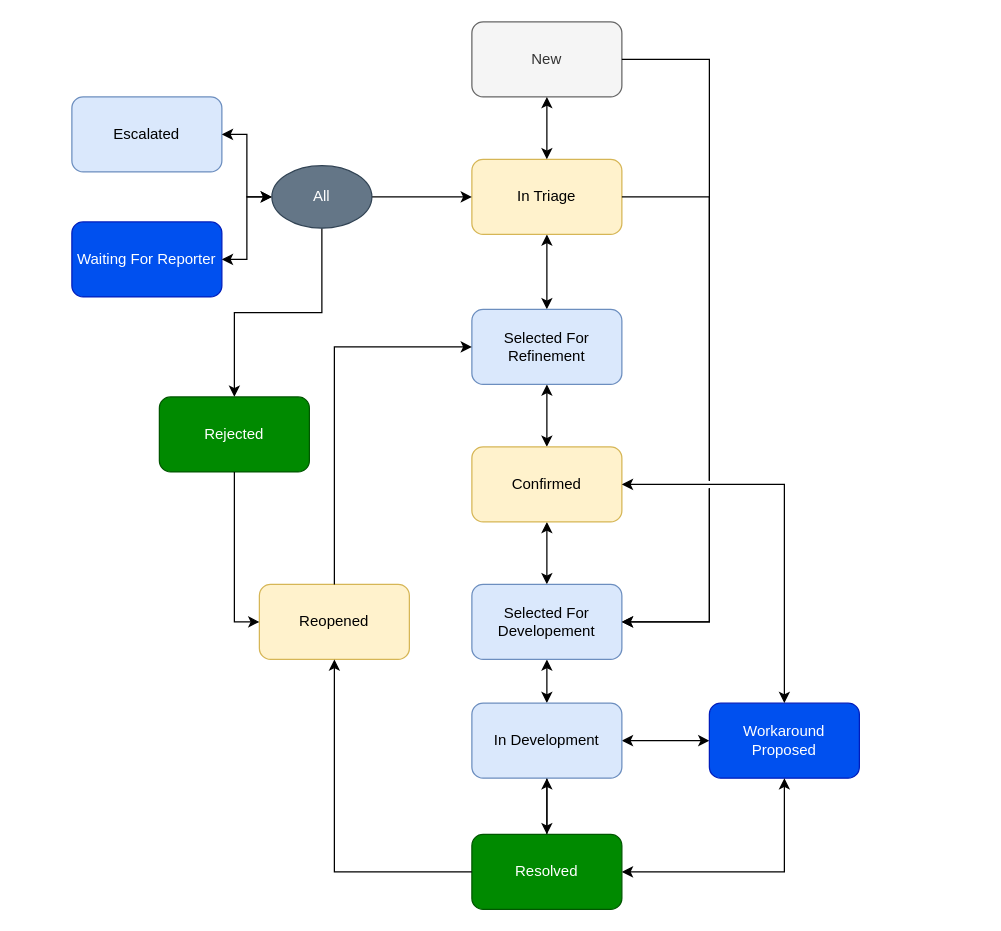
The draw.io diagram Workflows/JIRA/JIRA-Bug-Flow.drawio in MKlimuszka/project-management, before the edit. Source tidied: cells renumbered, new cells numbered last; positions are measured from the earlier drawing's top-left corner, leaving out a move shared by most shapes. Both pictures are drawn from the tidied source at 125%, with x=0, y=0 at pixel (71, 21).
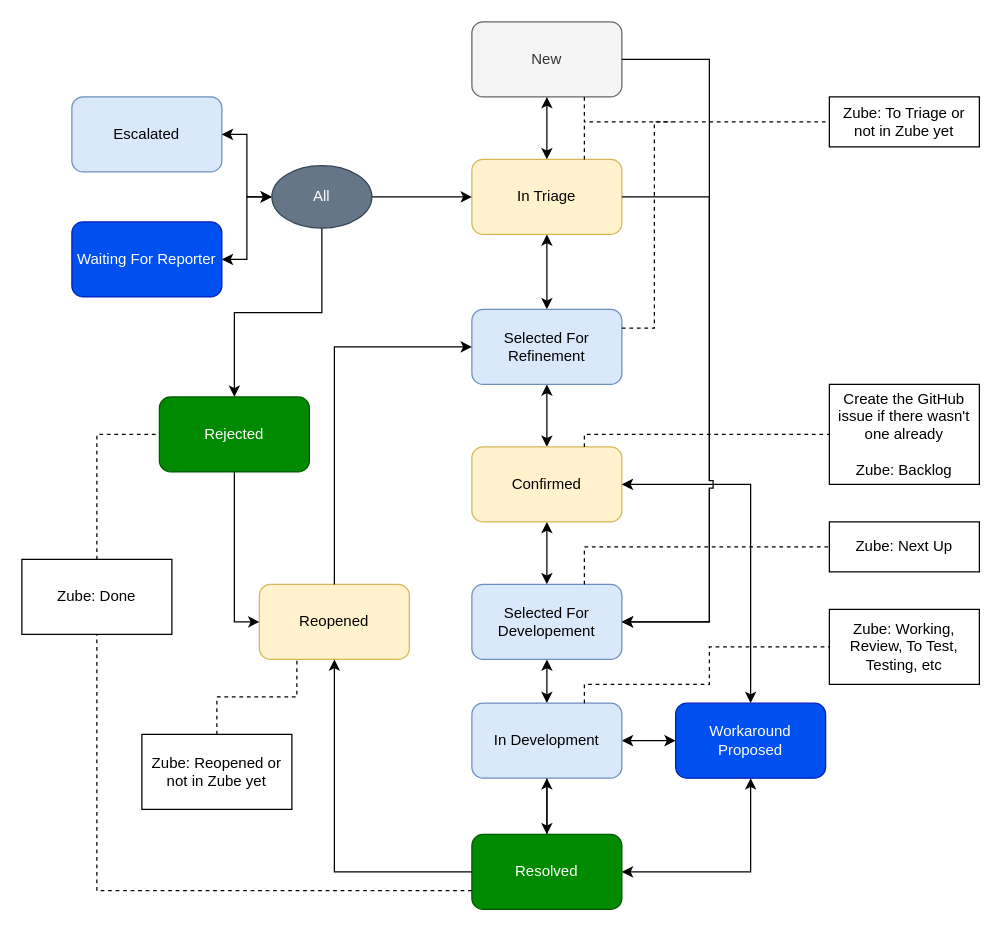
Above is the later version.

Commit message:
Added Zube states

The change refers to these unchanged cells:
```xml
<mxCell id="2" value="New" style="rounded=1;whiteSpace=wrap;html=1;fillColor=#f5f5f5;fontColor=#333333;strokeColor=#666666;" parent="1" vertex="1">
  <mxGeometry x="320" width="120" height="60" as="geometry" />
</mxCell>
<mxCell id="5" value="In Triage" style="rounded=1;whiteSpace=wrap;html=1;fillColor=#fff2cc;strokeColor=#d6b656;" parent="1" vertex="1">
  <mxGeometry x="320" y="110" width="120" height="60" as="geometry" />
</mxCell>
<mxCell id="7" value="&lt;div&gt;Selected For Refinement&lt;/div&gt;" style="rounded=1;whiteSpace=wrap;html=1;fillColor=#dae8fc;strokeColor=#6c8ebf;" parent="1" vertex="1">
  <mxGeometry x="320" y="230" width="120" height="60" as="geometry" />
</mxCell>
<mxCell id="9" value="&lt;div&gt;Confirmed&lt;/div&gt;" style="rounded=1;whiteSpace=wrap;html=1;fillColor=#fff2cc;strokeColor=#d6b656;" parent="1" vertex="1">
  <mxGeometry x="320" y="340" width="120" height="60" as="geometry" />
</mxCell>
<mxCell id="11" value="Selected For Developement" style="rounded=1;whiteSpace=wrap;html=1;fillColor=#dae8fc;strokeColor=#6c8ebf;" parent="1" vertex="1">
  <mxGeometry x="320" y="450" width="120" height="60" as="geometry" />
</mxCell>
<mxCell id="14" value="In Development" style="rounded=1;whiteSpace=wrap;html=1;fillColor=#dae8fc;strokeColor=#6c8ebf;" parent="1" vertex="1">
  <mxGeometry x="320" y="545" width="120" height="60" as="geometry" />
</mxCell>
<mxCell id="17" value="Resolved" style="rounded=1;whiteSpace=wrap;html=1;fillColor=#008a00;fontColor=#ffffff;strokeColor=#005700;" parent="1" vertex="1">
  <mxGeometry x="320" y="650" width="120" height="60" as="geometry" />
</mxCell>
<mxCell id="18" value="Rejected" style="rounded=1;whiteSpace=wrap;html=1;fillColor=#008a00;strokeColor=#005700;fontColor=#ffffff;" parent="1" vertex="1">
  <mxGeometry x="70" y="300" width="120" height="60" as="geometry" />
</mxCell>
<mxCell id="26" value="Reopened" style="rounded=1;whiteSpace=wrap;html=1;fillColor=#fff2cc;strokeColor=#d6b656;" parent="1" vertex="1">
  <mxGeometry x="150" y="450" width="120" height="60" as="geometry" />
</mxCell>
```

Diff of the diagram source:
```diff
@@
     <mxCell id="15" value="Workaround Proposed" style="rounded=1;whiteSpace=wrap;html=1;fillColor=#0050ef;fontColor=#ffffff;strokeColor=#001DBC;" parent="1" vertex="1">
-      <mxGeometry x="510" y="545" width="120" height="60" as="geometry" />
+      <mxGeometry x="483" y="545" width="120" height="60" as="geometry" />
     </mxCell>
@@
-    <mxCell id="33" style="endArrow=classic;html=1;rounded=0;exitX=1;exitY=0.5;exitDx=0;exitDy=0;entryX=1;entryY=0.5;entryDx=0;entryDy=0;edgeStyle=elbowEdgeStyle;jumpStyle=gap;" parent="1" edge="1" source="5" target="11">
+    <mxCell id="33" style="endArrow=classic;html=1;rounded=0;exitX=1;exitY=0.5;exitDx=0;exitDy=0;entryX=1;entryY=0.5;entryDx=0;entryDy=0;edgeStyle=elbowEdgeStyle;jumpStyle=sharp;" parent="1" edge="1" source="5" target="11">
       <mxGeometry relative="1" as="geometry">
         <Array as="points">
           <mxPoint x="510" y="230" />
           <mxPoint x="510" y="310" />
         </Array>
       </mxGeometry>
     </mxCell>
+    <mxCell id="34" value="&lt;div&gt;Create the GitHub issue if there wasn't one already&lt;/div&gt;&lt;div&gt;&lt;br&gt;&lt;/div&gt;&lt;div&gt;Zube: Backlog&lt;br&gt;&lt;/div&gt;" style="rounded=0;whiteSpace=wrap;html=1;" parent="1" vertex="1">
+      <mxGeometry x="606" y="290" width="120" height="80" as="geometry" />
+    </mxCell>
+    <mxCell id="35" style="endArrow=none;dashed=1;html=1;rounded=0;entryX=0;entryY=0.5;entryDx=0;entryDy=0;exitX=0.75;exitY=0;exitDx=0;exitDy=0;edgeStyle=orthogonalEdgeStyle;" parent="1" edge="1" source="9" target="34">
+      <mxGeometry relative="1" as="geometry">
+        <Array as="points">
+          <mxPoint x="410" y="330" />
+        </Array>
+      </mxGeometry>
+    </mxCell>
+    <mxCell id="36" value="Zube: Working, Review, To Test, Testing, etc" style="rounded=0;whiteSpace=wrap;html=1;" parent="1" vertex="1">
+      <mxGeometry x="606" y="470" width="120" height="60" as="geometry" />
+    </mxCell>
+    <mxCell id="37" style="endArrow=none;dashed=1;html=1;rounded=0;entryX=0;entryY=0.5;entryDx=0;entryDy=0;exitX=0.75;exitY=0;exitDx=0;exitDy=0;edgeStyle=orthogonalEdgeStyle;elbow=vertical;" parent="1" edge="1" source="14" target="36">
+      <mxGeometry relative="1" as="geometry">
+        <Array as="points">
+          <mxPoint x="410" y="530" />
+          <mxPoint x="510" y="530" />
+          <mxPoint x="510" y="500" />
+        </Array>
+      </mxGeometry>
+    </mxCell>
+    <mxCell id="38" value="Zube: Next Up" style="rounded=0;whiteSpace=wrap;html=1;" parent="1" vertex="1">
+      <mxGeometry x="606" y="400" width="120" height="40" as="geometry" />
+    </mxCell>
+    <mxCell id="39" style="endArrow=none;dashed=1;html=1;rounded=0;elbow=vertical;entryX=0;entryY=0.5;entryDx=0;entryDy=0;exitX=0.75;exitY=0;exitDx=0;exitDy=0;edgeStyle=orthogonalEdgeStyle;" parent="1" edge="1" source="11" target="38">
+      <mxGeometry relative="1" as="geometry" />
+    </mxCell>
+    <mxCell id="40" value="&lt;div&gt;Zube: To Triage or&lt;/div&gt;&lt;div&gt;not in Zube yet&lt;/div&gt;" style="rounded=0;whiteSpace=wrap;html=1;" parent="1" vertex="1">
+      <mxGeometry x="606" y="60" width="120" height="40" as="geometry" />
+    </mxCell>
+    <mxCell id="41" style="endArrow=none;dashed=1;html=1;rounded=0;elbow=vertical;entryX=0;entryY=0.5;entryDx=0;entryDy=0;exitX=0.75;exitY=1;exitDx=0;exitDy=0;edgeStyle=elbowEdgeStyle;" parent="1" edge="1" source="2" target="40">
+      <mxGeometry relative="1" as="geometry">
+        <Array as="points">
+          <mxPoint x="500" y="80" />
+        </Array>
+      </mxGeometry>
+    </mxCell>
+    <mxCell id="42" style="endArrow=none;dashed=1;html=1;rounded=0;exitX=1;exitY=0.25;exitDx=0;exitDy=0;edgeStyle=elbowEdgeStyle;" parent="1" edge="1" source="7">
+      <mxGeometry relative="1" as="geometry">
+        <mxPoint x="480" y="80" as="targetPoint" />
+        <Array as="points">
+          <mxPoint x="466" y="170" />
+          <mxPoint x="480" y="130" />
+          <mxPoint x="520" y="100" />
+        </Array>
+      </mxGeometry>
+    </mxCell>
+    <mxCell id="43" value="Zube: Reopened or not in Zube yet" style="rounded=0;whiteSpace=wrap;html=1;" parent="1" vertex="1">
+      <mxGeometry x="56" y="570" width="120" height="60" as="geometry" />
+    </mxCell>
+    <mxCell id="44" style="endArrow=none;dashed=1;html=1;rounded=0;elbow=vertical;exitX=0.5;exitY=0;exitDx=0;exitDy=0;entryX=0.25;entryY=1;entryDx=0;entryDy=0;edgeStyle=elbowEdgeStyle;" parent="1" edge="1" source="43" target="26">
+      <mxGeometry relative="1" as="geometry" />
+    </mxCell>
+    <mxCell id="45" value="Zube: Done" style="rounded=0;whiteSpace=wrap;html=1;" parent="1" vertex="1">
+      <mxGeometry x="-40" y="430" width="120" height="60" as="geometry" />
+    </mxCell>
+    <mxCell id="46" style="endArrow=none;dashed=1;html=1;rounded=0;elbow=vertical;exitX=0.5;exitY=0;exitDx=0;exitDy=0;entryX=0;entryY=0.5;entryDx=0;entryDy=0;edgeStyle=elbowEdgeStyle;" parent="1" edge="1" source="45" target="18">
+      <mxGeometry relative="1" as="geometry">
+        <Array as="points">
+          <mxPoint x="20" y="330" />
+        </Array>
+      </mxGeometry>
+    </mxCell>
+    <mxCell id="47" style="endArrow=none;dashed=1;html=1;rounded=0;elbow=vertical;entryX=0.5;entryY=1;entryDx=0;entryDy=0;exitX=0;exitY=0.75;exitDx=0;exitDy=0;edgeStyle=elbowEdgeStyle;" parent="1" edge="1" source="17" target="45">
+      <mxGeometry relative="1" as="geometry">
+        <Array as="points">
+          <mxPoint x="140" y="695" />
+        </Array>
+      </mxGeometry>
+    </mxCell>
+    <mxCell id="48" style="endArrow=none;dashed=1;html=1;rounded=0;exitX=0.75;exitY=0;exitDx=0;exitDy=0;" parent="1" edge="1" source="5">
+      <mxGeometry relative="1" as="geometry">
+        <mxPoint x="410" y="80" as="targetPoint" />
+      </mxGeometry>
+    </mxCell>
```
